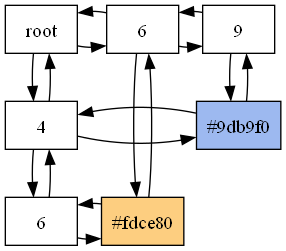
Before: Fase2/matrix.png, a diagram exported from Graphviz (helenrodas/FasesProyectoEDD1S_202200066). Its source is kept beside it as Fase2/matrix.dot.
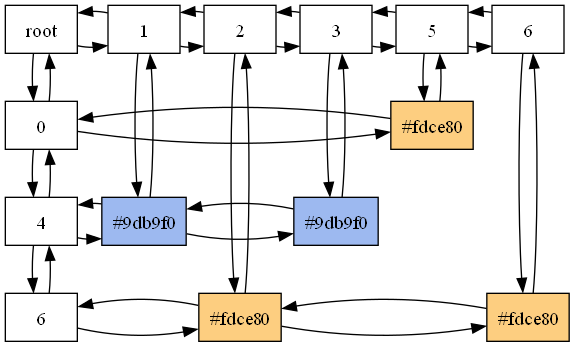
After the commit.

The edit, as a diff of the source:
```diff
@@ -1,29 +1,57 @@
  digraph Matrix {
  node[shape = "box"]
  "Nodo0_0"[label = "root", group="0"]
- "Nodo0_0"->"Nodo7_0"
- "Nodo0_0"->"Nodo7_0"[dir = back]
- "Nodo0_0"->"Nodo0_5"
- "Nodo0_0"->"Nodo0_5"[dir = back]
+ "Nodo0_0"->"Nodo2_0"
+ "Nodo0_0"->"Nodo2_0"[dir = back]
+ "Nodo0_0"->"Nodo0_1"
+ "Nodo0_0"->"Nodo0_1"[dir = back]
+ "Nodo2_0"[label = "1", group="2"]
+ "Nodo2_0"->"Nodo3_0"
+ "Nodo2_0"->"Nodo3_0"[dir = back]
+ "Nodo2_0"->"Nodo2_5"
+ "Nodo2_0"->"Nodo2_5"[dir = back]
+ "Nodo3_0"[label = "2", group="3"]
+ "Nodo3_0"->"Nodo4_0"
+ "Nodo3_0"->"Nodo4_0"[dir = back]
+ "Nodo3_0"->"Nodo3_7"
+ "Nodo3_0"->"Nodo3_7"[dir = back]
+ "Nodo4_0"[label = "3", group="4"]
+ "Nodo4_0"->"Nodo6_0"
+ "Nodo4_0"->"Nodo6_0"[dir = back]
+ "Nodo4_0"->"Nodo4_5"
+ "Nodo4_0"->"Nodo4_5"[dir = back]
+ "Nodo6_0"[label = "5", group="6"]
+ "Nodo6_0"->"Nodo7_0"
+ "Nodo6_0"->"Nodo7_0"[dir = back]
+ "Nodo6_0"->"Nodo6_1"
+ "Nodo6_0"->"Nodo6_1"[dir = back]
  "Nodo7_0"[label = "6", group="7"]
- "Nodo7_0"->"Nodo10_0"
- "Nodo7_0"->"Nodo10_0"[dir = back]
  "Nodo7_0"->"Nodo7_7"
  "Nodo7_0"->"Nodo7_7"[dir = back]
- "Nodo10_0"[label = "9", group="10"]
- "Nodo10_0"->"Nodo10_5"
- "Nodo10_0"->"Nodo10_5"[dir = back]
- {rank=same;"Nodo0_0";"Nodo7_0";"Nodo10_0"}
+ {rank=same;"Nodo0_0";"Nodo2_0";"Nodo3_0";"Nodo4_0";"Nodo6_0";"Nodo7_0"}
+ "Nodo0_1"[label = "0", group="0"]
+ "Nodo0_1"->"Nodo6_1"
+ "Nodo0_1"->"Nodo6_1"[dir = back]
+ "Nodo0_1"->"Nodo0_5"
+ "Nodo0_1"->"Nodo0_5"[dir = back]
+ "Nodo6_1"[label = "#fdce80",  style = filled, fillcolor = "#fdce80" group="6"]
+ {rank=same;"Nodo0_1";"Nodo6_1"}
  "Nodo0_5"[label = "4", group="0"]
- "Nodo0_5"->"Nodo10_5"
- "Nodo0_5"->"Nodo10_5"[dir = back]
+ "Nodo0_5"->"Nodo2_5"
+ "Nodo0_5"->"Nodo2_5"[dir = back]
  "Nodo0_5"->"Nodo0_7"
  "Nodo0_5"->"Nodo0_7"[dir = back]
- "Nodo10_5"[label = "#9db9f0",  style = filled, fillcolor = "#9db9f0" group="10"]
- {rank=same;"Nodo0_5";"Nodo10_5"}
+ "Nodo2_5"[label = "#9db9f0",  style = filled, fillcolor = "#9db9f0" group="2"]
+ "Nodo2_5"->"Nodo4_5"
+ "Nodo2_5"->"Nodo4_5"[dir = back]
+ "Nodo4_5"[label = "#9db9f0",  style = filled, fillcolor = "#9db9f0" group="4"]
+ {rank=same;"Nodo0_5";"Nodo2_5";"Nodo4_5"}
  "Nodo0_7"[label = "6", group="0"]
- "Nodo0_7"->"Nodo7_7"
- "Nodo0_7"->"Nodo7_7"[dir = back]
+ "Nodo0_7"->"Nodo3_7"
+ "Nodo0_7"->"Nodo3_7"[dir = back]
+ "Nodo3_7"[label = "#fdce80",  style = filled, fillcolor = "#fdce80" group="3"]
+ "Nodo3_7"->"Nodo7_7"
+ "Nodo3_7"->"Nodo7_7"[dir = back]
  "Nodo7_7"[label = "#fdce80",  style = filled, fillcolor = "#fdce80" group="7"]
- {rank=same;"Nodo0_7";"Nodo7_7"}
+ {rank=same;"Nodo0_7";"Nodo3_7";"Nodo7_7"}
  }
```
